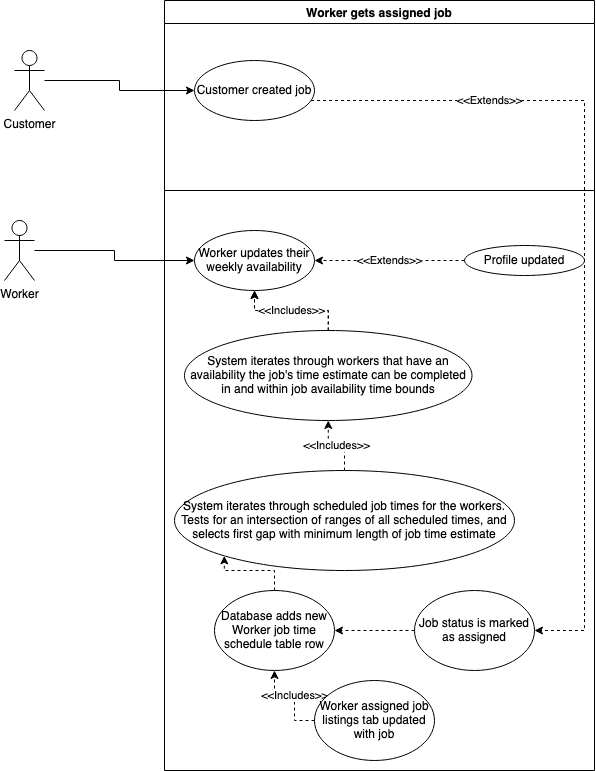
The draw.io diagram docs/use_case_diagrams/worker-assigned-job-UCD.png in Simponic/JobFindr, before a commit. Source tidied: cells renumbered, new cells last; positions are measured from the earlier drawing's top-left corner, leaving out a move shared by most shapes.
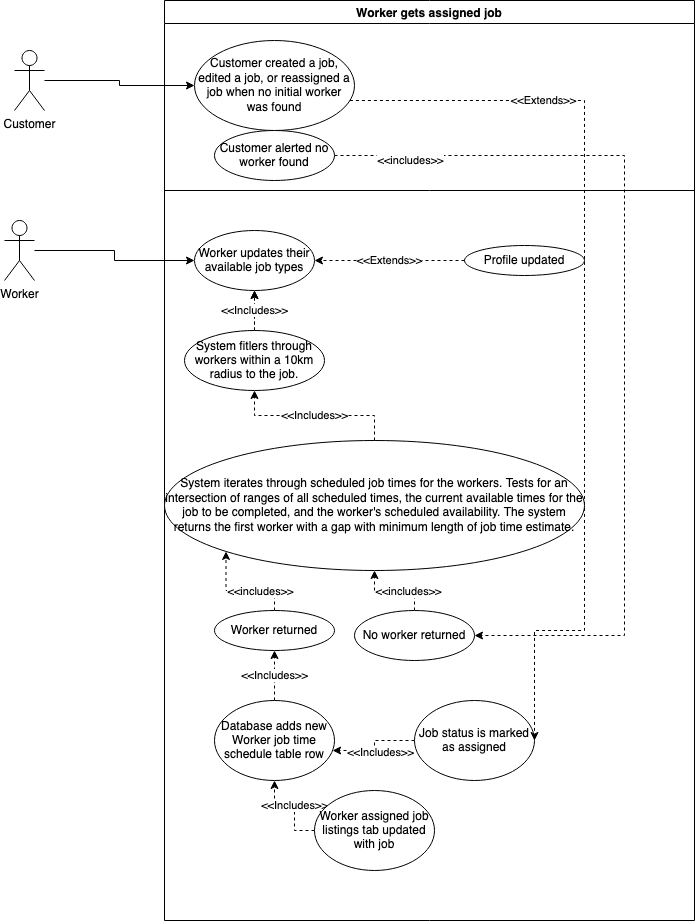
The same file after the commit.

Change to the diagram source:
```diff
@@ -3,13 +3,13 @@
     <mxCell id="0" />
     <mxCell id="1" parent="0" />
     <mxCell id="2" value="Worker gets assigned job" style="swimlane;fillColor=none;" parent="1" vertex="1">
-      <mxGeometry x="160" width="430" height="770" as="geometry" />
+      <mxGeometry x="160" width="530" height="920" as="geometry" />
     </mxCell>
-    <mxCell id="3" value="&lt;div&gt;Worker updates their weekly availability&lt;/div&gt;" style="ellipse;whiteSpace=wrap;html=1;fillColor=none;" parent="2" vertex="1">
+    <mxCell id="3" value="&lt;div&gt;Worker updates their available job types&lt;br&gt;&lt;/div&gt;" style="ellipse;whiteSpace=wrap;html=1;fillColor=none;" parent="2" vertex="1">
       <mxGeometry x="30" y="230" width="120" height="60" as="geometry" />
     </mxCell>
-    <mxCell id="4" value="Customer created job" style="ellipse;whiteSpace=wrap;html=1;fillColor=none;" parent="2" vertex="1">
-      <mxGeometry x="30" y="60" width="120" height="60" as="geometry" />
+    <mxCell id="4" value="&lt;div&gt;Customer created a job, edited a job, or reassigned a job when no initial worker was found&lt;br&gt;&lt;/div&gt;" style="ellipse;whiteSpace=wrap;html=1;fillColor=none;" parent="2" vertex="1">
+      <mxGeometry x="30" y="40" width="160" height="90" as="geometry" />
     </mxCell>
     <mxCell id="5" value="&lt;div&gt;&amp;lt;&amp;lt;Extends&amp;gt;&amp;gt;&lt;/div&gt;" style="edgeStyle=orthogonalEdgeStyle;rounded=0;jettySize=auto;html=1;entryX=1;entryY=0.5;entryDx=0;entryDy=0;dashed=1;" parent="2" edge="1" source="6" target="3">
       <mxGeometry relative="1" as="geometry" />
@@ -23,32 +23,42 @@
     <mxCell id="8" value="&lt;div&gt;&amp;lt;&amp;lt;Includes&amp;gt;&amp;gt;&lt;/div&gt;" style="edgeStyle=orthogonalEdgeStyle;rounded=0;jettySize=auto;html=1;dashed=1;" parent="2" edge="1" source="9" target="3">
       <mxGeometry relative="1" as="geometry" />
     </mxCell>
-    <mxCell id="9" value="System iterates through workers that have an availability the job's time estimate can be completed in and within job availability time bounds" style="ellipse;whiteSpace=wrap;html=1;" parent="2" vertex="1">
-      <mxGeometry x="20" y="330" width="287.5" height="90" as="geometry" />
+    <mxCell id="9" value="System fitlers through workers within a 10km radius to the job." style="ellipse;whiteSpace=wrap;html=1;" parent="2" vertex="1">
+      <mxGeometry x="20" y="330" width="140" height="60" as="geometry" />
     </mxCell>
     <mxCell id="10" value="&lt;div&gt;&amp;lt;&amp;lt;Includes&amp;gt;&amp;gt;&lt;/div&gt;" style="edgeStyle=orthogonalEdgeStyle;rounded=0;jettySize=auto;html=1;dashed=1;" parent="2" edge="1" source="11" target="9">
       <mxGeometry relative="1" as="geometry" />
     </mxCell>
-    <mxCell id="11" value="System iterates through scheduled job times for the workers. Tests for an intersection of ranges of all scheduled times, and selects first gap with minimum length of job time estimate" style="ellipse;whiteSpace=wrap;html=1;" parent="2" vertex="1">
-      <mxGeometry x="10" y="470" width="340" height="100" as="geometry" />
+    <mxCell id="11" value="System iterates through scheduled job times for the workers. Tests for an intersection of ranges of all scheduled times, the current available times for the job to be completed, and the worker's scheduled availability. The system returns the first worker with a gap with minimum length of job time estimate." style="ellipse;whiteSpace=wrap;html=1;" parent="2" vertex="1">
+      <mxGeometry y="440" width="420" height="130" as="geometry" />
     </mxCell>
-    <mxCell id="12" style="edgeStyle=orthogonalEdgeStyle;rounded=0;jettySize=auto;html=1;entryX=0;entryY=1;entryDx=0;entryDy=0;dashed=1;" parent="2" edge="1" source="13" target="11">
-      <mxGeometry relative="1" as="geometry" />
-    </mxCell>
+    <mxCell id="25" value="&amp;lt;&amp;lt;Includes&amp;gt;&amp;gt;" style="edgeStyle=orthogonalEdgeStyle;rounded=0;jettySize=auto;html=1;entryX=0.5;entryY=1;entryDx=0;entryDy=0;dashed=1;" parent="2" edge="1" source="13" target="29">
+      <mxGeometry relative="1" as="geometry" />
+    </mxCell>
     <mxCell id="13" value="Database adds new Worker job time schedule table row" style="ellipse;whiteSpace=wrap;html=1;" parent="2" vertex="1">
-      <mxGeometry x="50" y="590" width="120" height="80" as="geometry" />
+      <mxGeometry x="50" y="700" width="120" height="80" as="geometry" />
     </mxCell>
     <mxCell id="14" style="endArrow=none;html=1;rounded=0;" parent="2" edge="1">
       <mxGeometry relative="1" as="geometry">
         <mxPoint y="190" as="sourcePoint" />
-        <mxPoint x="430" y="190" as="targetPoint" />
+        <mxPoint x="530" y="190" as="targetPoint" />
       </mxGeometry>
     </mxCell>
     <mxCell id="15" style="edgeStyle=orthogonalEdgeStyle;rounded=0;jettySize=auto;html=1;dashed=1;" parent="2" edge="1" source="16" target="13">
-      <mxGeometry relative="1" as="geometry" />
+      <mxGeometry relative="1" as="geometry">
+        <Array as="points">
+          <mxPoint x="210" y="740" />
+          <mxPoint x="210" y="750" />
+        </Array>
+      </mxGeometry>
     </mxCell>
+    <mxCell id="26" value="&amp;lt;&amp;lt;Includes&amp;gt;&amp;gt;" style="edgeLabel;html=1;align=center;verticalAlign=middle;" parent="15" vertex="1">
+      <mxGeometry x="0.25" y="1" relative="1" as="geometry">
+        <mxPoint x="12" as="offset" />
+      </mxGeometry>
+    </mxCell>
     <mxCell id="16" value="Job status is marked as assigned" style="ellipse;whiteSpace=wrap;html=1;" parent="2" vertex="1">
-      <mxGeometry x="250" y="590" width="120" height="80" as="geometry" />
+      <mxGeometry x="250" y="700" width="120" height="80" as="geometry" />
     </mxCell>
     <mxCell id="17" style="edgeStyle=orthogonalEdgeStyle;rounded=0;jettySize=auto;html=1;dashed=1;entryX=1;entryY=0.5;entryDx=0;entryDy=0;" parent="2" edge="1" source="4" target="16">
       <mxGeometry relative="1" as="geometry">
@@ -64,15 +74,47 @@
     <mxCell id="19" value="&amp;lt;&amp;lt;Includes&amp;gt;&amp;gt;" style="edgeStyle=orthogonalEdgeStyle;rounded=0;jettySize=auto;html=1;entryX=0.5;entryY=1;entryDx=0;entryDy=0;dashed=1;" parent="2" edge="1" source="20" target="13">
       <mxGeometry relative="1" as="geometry">
         <Array as="points">
-          <mxPoint x="130" y="720" />
-          <mxPoint x="130" y="690" />
-          <mxPoint x="110" y="690" />
+          <mxPoint x="130" y="830" />
+          <mxPoint x="130" y="800" />
+          <mxPoint x="110" y="800" />
         </Array>
       </mxGeometry>
     </mxCell>
     <mxCell id="20" value="Worker assigned job listings tab updated with job" style="ellipse;whiteSpace=wrap;html=1;" parent="2" vertex="1">
-      <mxGeometry x="150" y="680" width="120" height="80" as="geometry" />
+      <mxGeometry x="150" y="790" width="120" height="80" as="geometry" />
     </mxCell>
+    <mxCell id="27" style="edgeStyle=orthogonalEdgeStyle;rounded=0;jettySize=auto;html=1;entryX=0;entryY=1;entryDx=0;entryDy=0;dashed=1;" parent="2" edge="1" source="29" target="11">
+      <mxGeometry relative="1" as="geometry" />
+    </mxCell>
+    <mxCell id="28" value="&lt;div&gt;&amp;lt;&amp;lt;includes&amp;gt;&amp;gt;&lt;/div&gt;" style="edgeLabel;html=1;align=center;verticalAlign=middle;" parent="27" vertex="1">
+      <mxGeometry x="-0.35" relative="1" as="geometry" />
+    </mxCell>
+    <mxCell id="29" value="Worker returned" style="ellipse;whiteSpace=wrap;html=1;" parent="2" vertex="1">
+      <mxGeometry x="50" y="610" width="120" height="40" as="geometry" />
+    </mxCell>
+    <mxCell id="30" style="edgeStyle=orthogonalEdgeStyle;rounded=0;jettySize=auto;html=1;entryX=0.5;entryY=1;entryDx=0;entryDy=0;dashed=1;" parent="2" edge="1" source="32" target="11">
+      <mxGeometry relative="1" as="geometry" />
+    </mxCell>
+    <mxCell id="31" value="&lt;div&gt;&amp;lt;&amp;lt;includes&amp;gt;&amp;gt;&lt;/div&gt;" style="edgeLabel;html=1;align=center;verticalAlign=middle;" parent="30" vertex="1">
+      <mxGeometry x="-0.33" relative="1" as="geometry" />
+    </mxCell>
+    <mxCell id="32" value="No worker returned" style="ellipse;whiteSpace=wrap;html=1;" parent="2" vertex="1">
+      <mxGeometry x="190" y="610" width="120" height="50" as="geometry" />
+    </mxCell>
+    <mxCell id="33" style="edgeStyle=orthogonalEdgeStyle;rounded=0;jettySize=auto;html=1;entryX=1;entryY=0.5;entryDx=0;entryDy=0;dashed=1;" parent="2" edge="1" source="35" target="32">
+      <mxGeometry relative="1" as="geometry">
+        <Array as="points">
+          <mxPoint x="460" y="155" />
+          <mxPoint x="460" y="635" />
+        </Array>
+      </mxGeometry>
+    </mxCell>
+    <mxCell id="34" value="&lt;div&gt;&amp;lt;&amp;lt;includes&amp;gt;&amp;gt;&lt;/div&gt;" style="edgeLabel;html=1;align=center;verticalAlign=middle;" parent="33" vertex="1">
+      <mxGeometry x="-0.84" y="-4" relative="1" as="geometry" />
+    </mxCell>
+    <mxCell id="35" value="Customer alerted no worker found" style="ellipse;whiteSpace=wrap;html=1;" parent="2" vertex="1">
+      <mxGeometry x="50" y="130" width="120" height="50" as="geometry" />
+    </mxCell>
     <mxCell id="21" style="edgeStyle=orthogonalEdgeStyle;rounded=0;jettySize=auto;html=1;" parent="1" edge="1" source="22" target="3">
       <mxGeometry relative="1" as="geometry" />
     </mxCell>
```
